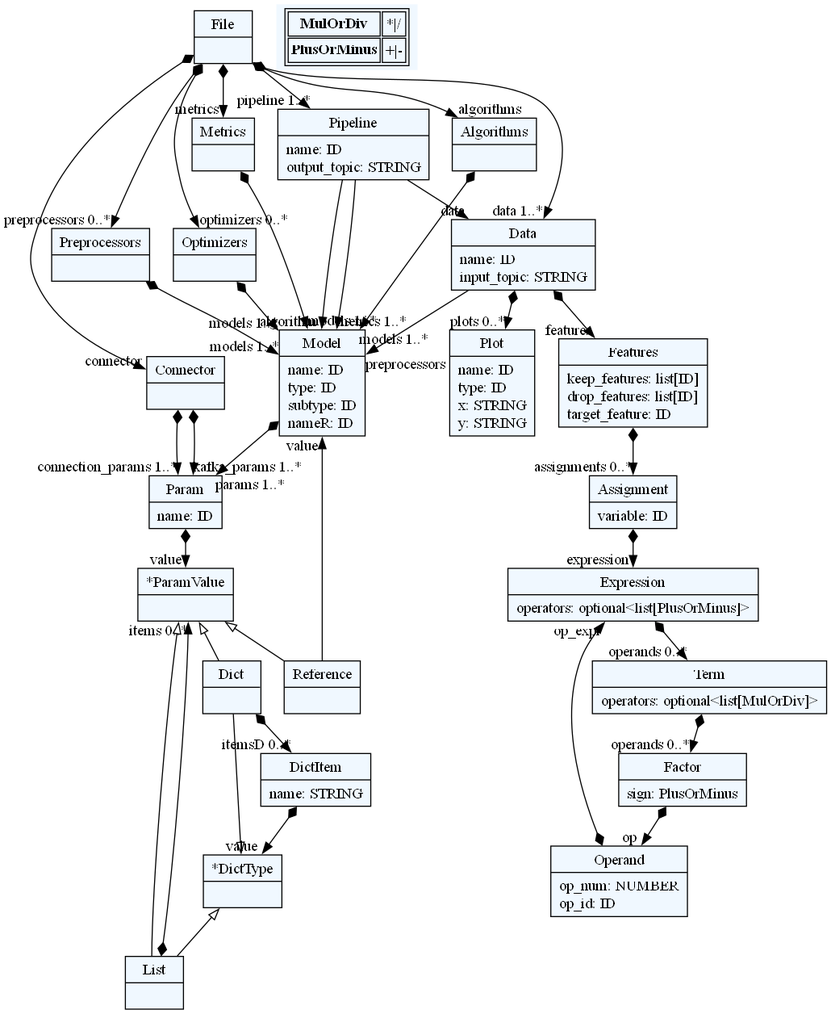
Before: beaver/beaver.dot.png, a diagram exported from Graphviz (deepblue597/beaver). Its source is kept beside it as beaver/beaver.dot.
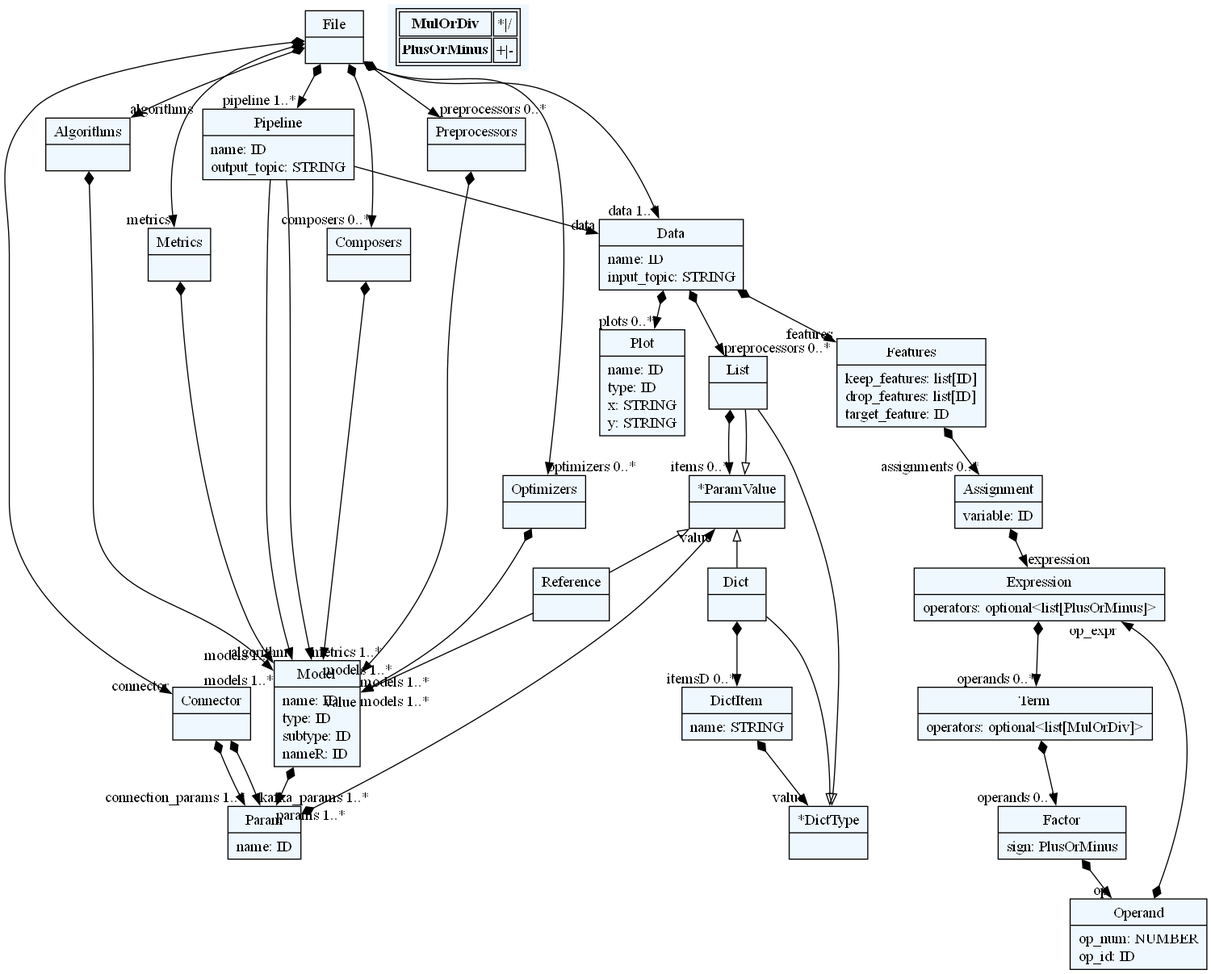
After the commit.

What changed in the source:
```diff
@@ -10,90 +10,98 @@
     edge[dir=black,arrowtail=empty]
 
 
-2126127807040[ label="{File|}"]
+1534083150384[ label="{File|}"]
 
-2126127802288[ label="{Pipeline|name: ID\loutput_topic: STRING\l}"]
+1534083144768[ label="{Pipeline|name: ID\loutput_topic: STRING\l}"]
 
-2126127794896[ label="{Data|name: ID\linput_topic: STRING\l}"]
+1534083151920[ label="{Data|name: ID\linput_topic: STRING\l}"]
 
-2126127798736[ label="{Connector|}"]
+1534083151968[ label="{Connector|}"]
 
-2126127807376[ label="{Algorithms|}"]
+1534083148704[ label="{Algorithms|}"]
 
-2126127803296[ label="{Preprocessors|}"]
+1534083148320[ label="{Preprocessors|}"]
 
-2126127805552[ label="{Optimizers|}"]
+1534083141648[ label="{Optimizers|}"]
 
-2126127808048[ label="{Metrics|}"]
+1534083138192[ label="{Metrics|}"]
 
-2126127804352[ label="{Model|name: ID\ltype: ID\lsubtype: ID\lnameR: ID\l}"]
+1534083145200[ label="{Composers|}"]
 
-2126127807520[ label="{Param|name: ID\l}"]
+1534083151872[ label="{Model|name: ID\ltype: ID\lsubtype: ID\lnameR: ID\l}"]
 
-2126128352048[ label="{List|}"]
+1534083151344[ label="{Param|name: ID\l}"]
 
-2126128351952[ label="{*ParamValue|}"]
+1534083369392[ label="{List|}"]
 
-2126128352000[ label="{Dict|}"]
+1534083369296[ label="{*ParamValue|}"]
 
-2126127807136[ label="{DictItem|name: STRING\l}"]
+1534083369344[ label="{Tuple|}"]
 
-2126128350656[ label="{*DictType|}"]
+1534083368816[ label="{Dict|}"]
 
-2126128350464[ label="{Reference|}"]
+1534083368096[ label="{DictItem|name: STRING\l}"]
 
-2126128351232[ label="{Features|keep_features: list[ID]\ldrop_features: list[ID]\ltarget_feature: ID\l}"]
+1534083368000[ label="{*DictType|}"]
 
-2126128350080[ label="{Assignment|variable: ID\l}"]
+1534083367280[ label="{Reference|}"]
 
-2126128349552[ label="{Expression|operators: optional\<list[PlusOrMinus]\>\l}"]
+1534083367088[ label="{Features|keep_features: list[ID]\ldrop_features: list[ID]\ltarget_feature: ID\l}"]
 
-2126128349936[ label="{Term|operators: optional\<list[MulOrDiv]\>\l}"]
+1534083367760[ label="{Assignment|variable: ID\l}"]
 
-2126128351616[ label="{Factor|sign: PlusOrMinus\l}"]
+1534083367136[ label="{Expression|operators: optional\<list[PlusOrMinus]\>\l}"]
 
-2126128350176[ label="{Operand|op_num: NUMBER\lop_id: ID\l}"]
+1534083368864[ label="{Term|operators: optional\<list[MulOrDiv]\>\l}"]
 
-2126128351760[ label="{Plot|name: ID\ltype: ID\lx: STRING\ly: STRING\l}"]
+1534083369008[ label="{Factor|sign: PlusOrMinus\l}"]
+
+1534083369104[ label="{Operand|op_num: NUMBER\lop_id: ID\l}"]
+
+1534083369872[ label="{Plot|name: ID\ltype: ID\lx: STRING\ly: STRING\l}"]
 
 
 
-2126127807040 -> 2126127802288[arrowtail=diamond, dir=both, headlabel="pipeline 1..*"]
-2126127807040 -> 2126127798736[arrowtail=diamond, dir=both, headlabel="connector "]
-2126127807040 -> 2126127794896[arrowtail=diamond, dir=both, headlabel="data 1..*"]
-2126127807040 -> 2126127803296[arrowtail=diamond, dir=both, headlabel="preprocessors 0..*"]
-2126127807040 -> 2126127807376[arrowtail=diamond, dir=both, headlabel="algorithms "]
-2126127807040 -> 2126127805552[arrowtail=diamond, dir=both, headlabel="optimizers 0..*"]
-2126127807040 -> 2126127808048[arrowtail=diamond, dir=both, headlabel="metrics "]
-2126127802288 -> 2126127794896[headlabel="data "]
-2126127802288 -> 2126127804352[headlabel="algorithm "]
-2126127802288 -> 2126127804352[headlabel="metrics 1..*"]
-2126127794896 -> 2126128351232[arrowtail=diamond, dir=both, headlabel="features "]
-2126127794896 -> 2126127804352[headlabel="preprocessors 0..*"]
-2126127794896 -> 2126128351760[arrowtail=diamond, dir=both, headlabel="plots 0..*"]
-2126127798736 -> 2126127807520[arrowtail=diamond, dir=both, headlabel="connection_params 1..*"]
-2126127798736 -> 2126127807520[arrowtail=diamond, dir=both, headlabel="kafka_params 1..*"]
-2126127807376 -> 2126127804352[arrowtail=diamond, dir=both, headlabel="models 1..*"]
-2126127803296 -> 2126127804352[arrowtail=diamond, dir=both, headlabel="models 1..*"]
-2126127805552 -> 2126127804352[arrowtail=diamond, dir=both, headlabel="models 1..*"]
-2126127808048 -> 2126127804352[arrowtail=diamond, dir=both, headlabel="models 1..*"]
-2126127804352 -> 2126127807520[arrowtail=diamond, dir=both, headlabel="params 1..*"]
-2126127807520 -> 2126128351952[arrowtail=diamond, dir=both, headlabel="value "]
-2126128352048 -> 2126128351952[arrowtail=diamond, dir=both, headlabel="items 0..*"]
-2126128351952 -> 2126128350464 [dir=back]
-2126128351952 -> 2126128352048 [dir=back]
-2126128351952 -> 2126128352000 [dir=back]
-2126128352000 -> 2126127807136[arrowtail=diamond, dir=both, headlabel="itemsD 0..*"]
-2126127807136 -> 2126128350656[arrowtail=diamond, dir=both, headlabel="value "]
-2126128350656 -> 2126128352000 [dir=back]
-2126128350656 -> 2126128352048 [dir=back]
-2126128350464 -> 2126127804352[headlabel="value "]
-2126128351232 -> 2126128350080[arrowtail=diamond, dir=both, headlabel="assignments 0..*"]
-2126128350080 -> 2126128349552[arrowtail=diamond, dir=both, headlabel="expression "]
-2126128349552 -> 2126128349936[arrowtail=diamond, dir=both, headlabel="operands 0..*"]
-2126128349936 -> 2126128351616[arrowtail=diamond, dir=both, headlabel="operands 0..*"]
-2126128351616 -> 2126128350176[arrowtail=diamond, dir=both, headlabel="op "]
-2126128350176 -> 2126128349552[arrowtail=diamond, dir=both, headlabel="op_expr "]
+1534083150384 -> 1534083144768[arrowtail=diamond, dir=both, headlabel="pipeline 1..*"]
+1534083150384 -> 1534083151968[arrowtail=diamond, dir=both, headlabel="connector "]
+1534083150384 -> 1534083151920[arrowtail=diamond, dir=both, headlabel="data 1..*"]
+1534083150384 -> 1534083148320[arrowtail=diamond, dir=both, headlabel="preprocessors 0..*"]
+1534083150384 -> 1534083145200[arrowtail=diamond, dir=both, headlabel="composers 0..*"]
+1534083150384 -> 1534083148704[arrowtail=diamond, dir=both, headlabel="algorithms "]
+1534083150384 -> 1534083141648[arrowtail=diamond, dir=both, headlabel="optimizers 0..*"]
+1534083150384 -> 1534083138192[arrowtail=diamond, dir=both, headlabel="metrics "]
+1534083144768 -> 1534083151920[headlabel="data "]
+1534083144768 -> 1534083151872[headlabel="algorithm "]
+1534083144768 -> 1534083151872[headlabel="metrics 1..*"]
+1534083151920 -> 1534083367088[arrowtail=diamond, dir=both, headlabel="features "]
+1534083151920 -> 1534083369392[arrowtail=diamond, dir=both, headlabel="preprocessors 0..*"]
+1534083151920 -> 1534083369872[arrowtail=diamond, dir=both, headlabel="plots 0..*"]
+1534083151968 -> 1534083151344[arrowtail=diamond, dir=both, headlabel="connection_params 1..*"]
+1534083151968 -> 1534083151344[arrowtail=diamond, dir=both, headlabel="kafka_params 1..*"]
+1534083148704 -> 1534083151872[arrowtail=diamond, dir=both, headlabel="models 1..*"]
+1534083148320 -> 1534083151872[arrowtail=diamond, dir=both, headlabel="models 1..*"]
+1534083141648 -> 1534083151872[arrowtail=diamond, dir=both, headlabel="models 1..*"]
+1534083138192 -> 1534083151872[arrowtail=diamond, dir=both, headlabel="models 1..*"]
+1534083145200 -> 1534083151872[arrowtail=diamond, dir=both, headlabel="models 1..*"]
+1534083151872 -> 1534083151344[arrowtail=diamond, dir=both, headlabel="params 1..*"]
+1534083151344 -> 1534083369296[arrowtail=diamond, dir=both, headlabel="value "]
+1534083369392 -> 1534083369296[arrowtail=diamond, dir=both, headlabel="items 0..*"]
+1534083369296 -> 1534083367280 [dir=back]
+1534083369296 -> 1534083369344 [dir=back]
+1534083369296 -> 1534083369392 [dir=back]
+1534083369296 -> 1534083368816 [dir=back]
+1534083369344 -> 1534083368000[arrowtail=diamond, dir=both, headlabel="itemsT 0..*"]
+1534083368816 -> 1534083368096[arrowtail=diamond, dir=both, headlabel="itemsD 0..*"]
+1534083368096 -> 1534083368000[arrowtail=diamond, dir=both, headlabel="value "]
+1534083368000 -> 1534083368816 [dir=back]
+1534083368000 -> 1534083369392 [dir=back]
+1534083367280 -> 1534083151872[headlabel="value "]
+1534083367088 -> 1534083367760[arrowtail=diamond, dir=both, headlabel="assignments 0..*"]
+1534083367760 -> 1534083367136[arrowtail=diamond, dir=both, headlabel="expression "]
+1534083367136 -> 1534083368864[arrowtail=diamond, dir=both, headlabel="operands 0..*"]
+1534083368864 -> 1534083369008[arrowtail=diamond, dir=both, headlabel="operands 0..*"]
+1534083369008 -> 1534083369104[arrowtail=diamond, dir=both, headlabel="op "]
+1534083369104 -> 1534083367136[arrowtail=diamond, dir=both, headlabel="op_expr "]
 match_rules [ shape=plaintext, label=< <table>
 	<tr>
 		<td><b>MulOrDiv</b></td><td>*|/</td>
```
